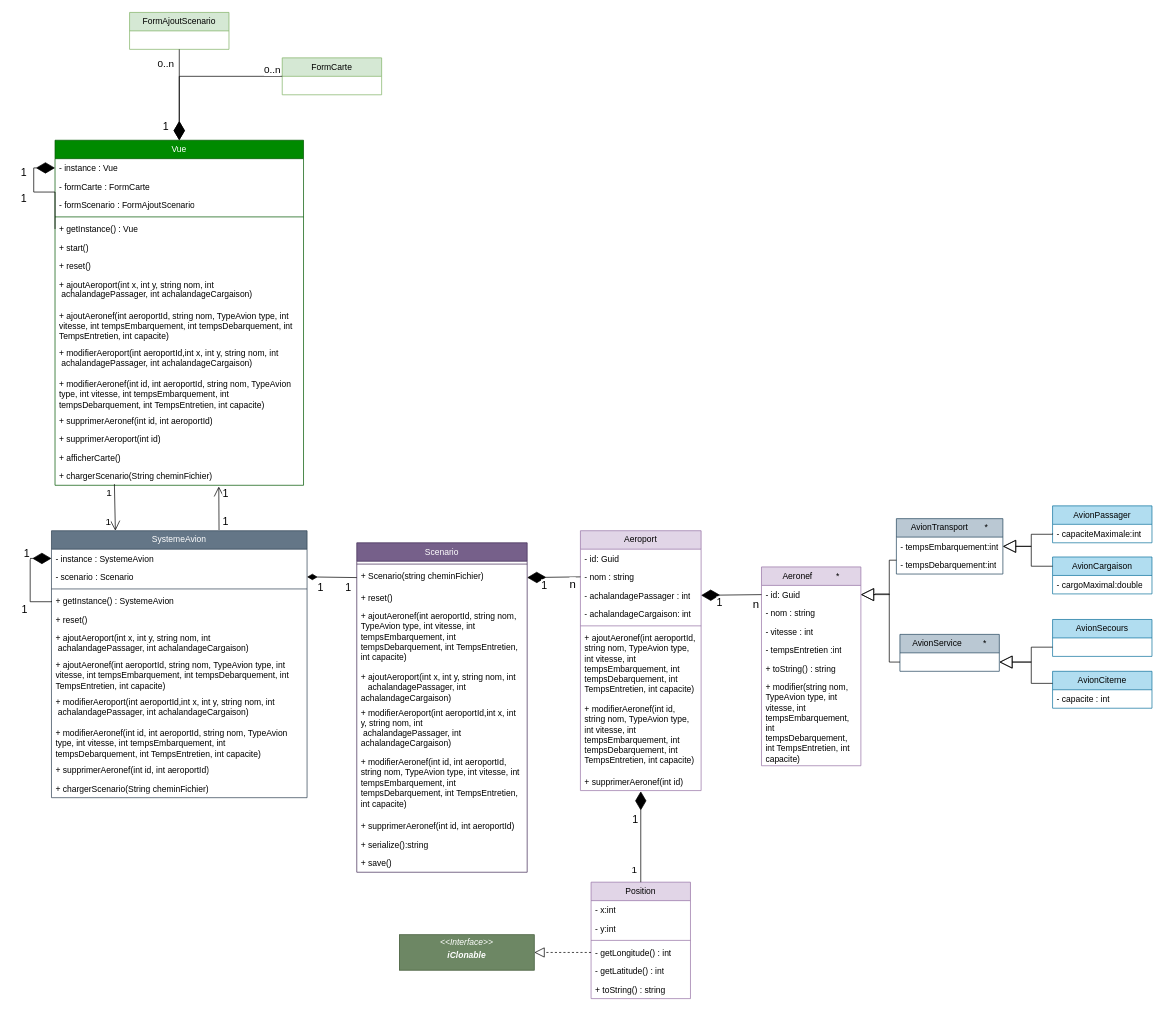
felixcharbonneau/Echec keeps this draw.io diagram as Aviyons.drawio. Above is the earlier version. Source tidied: cells renumbered, new cells numbered last; positions are measured from the earlier drawing's top-left corner, leaving out a move shared by most shapes. Both pictures are drawn from the tidied source at 71%, with x=0, y=0 at pixel (30, 12).
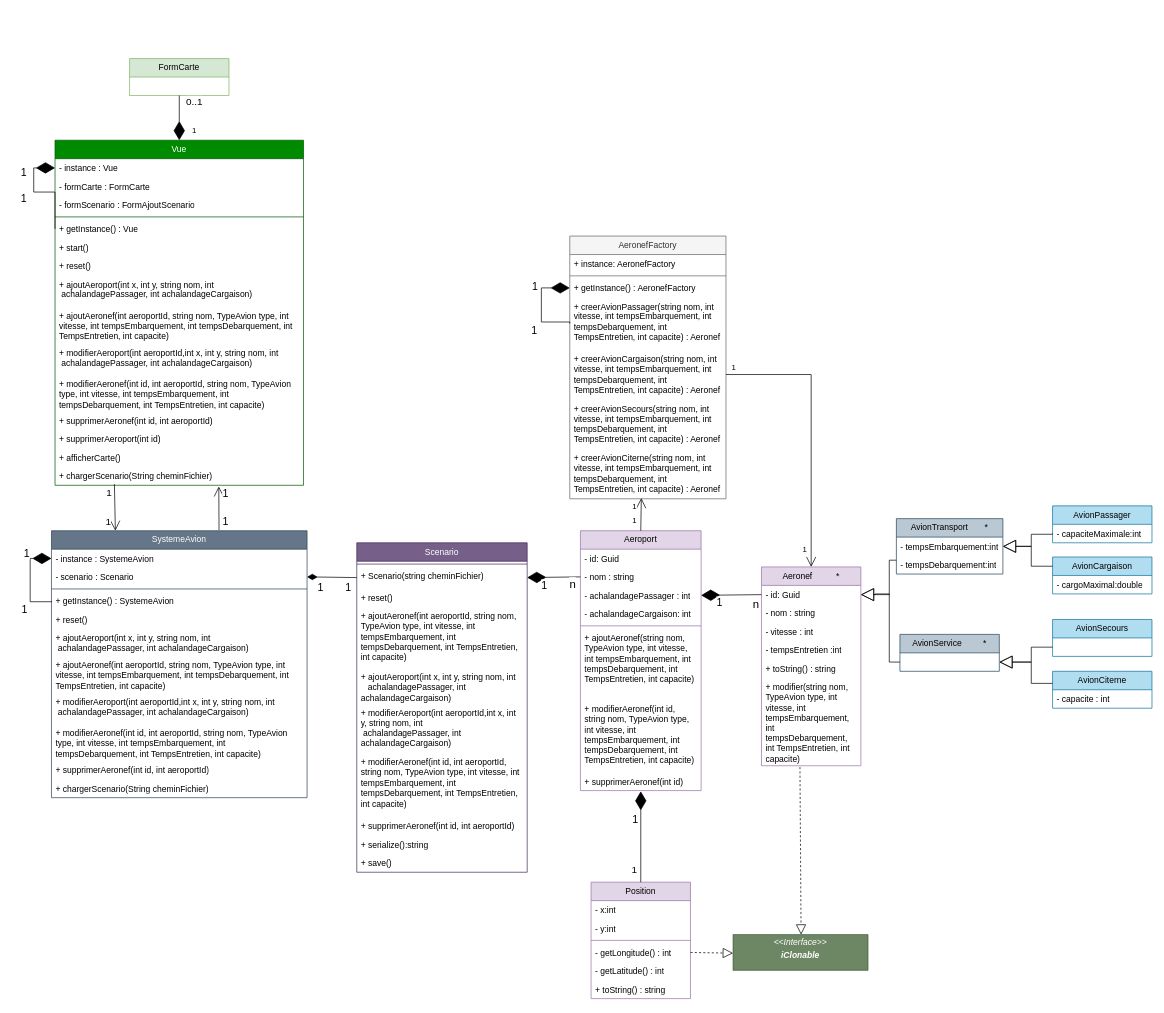
The same diagram, later.

Unchanged cells that the change refers to:
```xml
<mxCell id="17" value="Vue" style="swimlane;fontStyle=0;horizontal=1;startSize=26;fillColor=#008a00;whiteSpace=wrap;html=1;strokeColor=#005700;fontColor=#ffffff;" parent="1" vertex="1">
  <mxGeometry x="35" y="180" width="350" height="486" as="geometry" />
</mxCell>
<mxCell id="56" value="Aeronef&amp;nbsp; &amp;nbsp; &amp;nbsp; &amp;nbsp; &amp;nbsp; *" style="swimlane;fontStyle=0;horizontal=1;startSize=26;fillColor=#e1d5e7;whiteSpace=wrap;html=1;strokeColor=#9673a6;" parent="1" vertex="1">
  <mxGeometry x="1030" y="781" width="140" height="280" as="geometry" />
</mxCell>
<mxCell id="63" value="Aeroport" style="swimlane;fontStyle=0;horizontal=1;startSize=26;fillColor=#e1d5e7;whiteSpace=wrap;html=1;strokeColor=#9673a6;" parent="1" vertex="1">
  <mxGeometry x="775" y="730" width="170" height="366" as="geometry" />
</mxCell>
<mxCell id="76" value="- getLongitude() : int" style="text;strokeColor=none;fillColor=none;align=left;verticalAlign=top;spacingLeft=4;spacingRight=4;overflow=hidden;points=[[0,0.5],[1,0.5]];portConstraint=eastwest;whiteSpace=wrap;html=1;" parent="72" vertex="1">
  <mxGeometry y="86" width="140" height="26" as="geometry" />
</mxCell>
```

Diff of the diagram source:
```diff
@@
-    <mxCell id="69" value="+ ajoutAeronef(int aeroportId, string nom, TypeAvion type, int vitesse, int tempsEmbarquement, int tempsDebarquement, int TempsEntretien, int capacite)" style="text;strokeColor=none;fillColor=none;align=left;verticalAlign=top;spacingLeft=4;spacingRight=4;overflow=hidden;whiteSpace=wrap;html=1;" parent="63" vertex="1">
+    <mxCell id="69" value="+ ajoutAeronef(string nom, TypeAvion type, int vitesse, int tempsEmbarquement, int tempsDebarquement, int TempsEntretien, int capacite)" style="text;strokeColor=none;fillColor=none;align=left;verticalAlign=top;spacingLeft=4;spacingRight=4;overflow=hidden;whiteSpace=wrap;html=1;" parent="63" vertex="1">
       <mxGeometry y="138" width="170" height="100" as="geometry" />
     </mxCell>
@@
-    <mxCell id="79" value="FormAjoutScenario" style="swimlane;fontStyle=0;horizontal=1;startSize=26;fillColor=#d5e8d4;whiteSpace=wrap;html=1;strokeColor=#82b366;" parent="1" vertex="1">
-      <mxGeometry x="140" width="140" height="52" as="geometry" />
-    </mxCell>
-    <mxCell id="80" style="endArrow=diamondThin;endFill=1;endSize=24;html=1;rounded=0;entryX=0.5;entryY=0;entryDx=0;entryDy=0;exitX=0.5;exitY=1;exitDx=0;exitDy=0;" parent="1" edge="1" source="79" target="17">
-      <mxGeometry relative="1" as="geometry" />
-    </mxCell>
-    <mxCell id="81" value="1" style="edgeLabel;html=1;align=center;verticalAlign=middle;fontSize=15;" parent="80" vertex="1">
-      <mxGeometry x="0.69" y="1" relative="1" as="geometry">
-        <mxPoint x="-21" y="-1" as="offset" />
-      </mxGeometry>
-    </mxCell>
-    <mxCell id="82" value="0..n" style="edgeLabel;html=1;align=center;verticalAlign=middle;fontSize=14;" parent="80" vertex="1">
-      <mxGeometry x="-0.53" y="3" relative="1" as="geometry">
-        <mxPoint x="-23" y="-11" as="offset" />
-      </mxGeometry>
-    </mxCell>
     <mxCell id="83" value="&lt;p style=&quot;margin:0px;margin-top:4px;text-align:center;&quot;&gt;&lt;i&gt;&amp;lt;&amp;lt;Interface&amp;gt;&amp;gt;&lt;/i&gt;&lt;br&gt;&lt;/p&gt;&lt;p style=&quot;margin:0px;margin-top:4px;text-align:center;&quot;&gt;&lt;i&gt;&lt;b&gt;iClonable&lt;/b&gt;&lt;/i&gt;&lt;/p&gt;&lt;p style=&quot;margin:0px;margin-left:4px;&quot;&gt;&lt;br&gt;&lt;/p&gt;" style="verticalAlign=top;align=left;overflow=fill;html=1;whiteSpace=wrap;fillColor=#6d8764;fontColor=#ffffff;strokeColor=#3A5431;" parent="1" vertex="1">
-      <mxGeometry x="520" y="1299" width="190" height="50" as="geometry" />
+      <mxGeometry x="990" y="1299" width="190" height="50" as="geometry" />
     </mxCell>
-    <mxCell id="84" style="endArrow=block;dashed=1;endFill=0;endSize=12;html=1;rounded=0;entryX=1;entryY=0.5;entryDx=0;entryDy=0;exitX=0;exitY=0.5;exitDx=0;exitDy=0;" parent="1" edge="1" source="76" target="83">
-      <mxGeometry relative="1" as="geometry" />
+    <mxCell id="84" style="endArrow=block;dashed=1;endFill=0;endSize=12;html=1;rounded=0;" parent="1" edge="1">
+      <mxGeometry relative="1" as="geometry">
+        <mxPoint x="930" y="1324" as="sourcePoint" />
+        <mxPoint x="990" y="1325" as="targetPoint" />
+      </mxGeometry>
     </mxCell>
@@
     <mxCell id="111" value="FormCarte" style="swimlane;fontStyle=0;horizontal=1;startSize=26;fillColor=#d5e8d4;whiteSpace=wrap;html=1;strokeColor=#82b366;" parent="1" vertex="1">
-      <mxGeometry x="355" y="64" width="140" height="52" as="geometry" />
+      <mxGeometry x="140" y="65" width="140" height="52" as="geometry" />
     </mxCell>
-    <mxCell id="112" style="endArrow=diamondThin;endFill=1;endSize=24;html=1;rounded=0;exitX=0;exitY=0.5;exitDx=0;exitDy=0;edgeStyle=orthogonalEdgeStyle;entryX=0.5;entryY=0;entryDx=0;entryDy=0;" parent="1" edge="1" source="111" target="17">
-      <mxGeometry relative="1" as="geometry">
-        <Array as="points">
-          <mxPoint x="355" y="90" />
-          <mxPoint x="210" y="90" />
-        </Array>
-      </mxGeometry>
+    <mxCell id="112" style="endArrow=diamondThin;endFill=1;endSize=24;html=1;rounded=0;exitX=0.5;exitY=1;exitDx=0;exitDy=0;edgeStyle=orthogonalEdgeStyle;" parent="1" edge="1" source="111" target="17">
+      <mxGeometry relative="1" as="geometry" />
     </mxCell>
-    <mxCell id="113" value="0..n" style="edgeLabel;html=1;align=center;verticalAlign=middle;fontSize=14;" parent="112" vertex="1">
+    <mxCell id="113" value="0..1" style="edgeLabel;html=1;align=center;verticalAlign=middle;fontSize=14;" parent="112" vertex="1">
       <mxGeometry x="-0.53" y="3" relative="1" as="geometry">
-        <mxPoint x="40" y="-13" as="offset" />
+        <mxPoint x="17" y="-7" as="offset" />
       </mxGeometry>
     </mxCell>
+    <mxCell id="114" value="1" style="edgeLabel;html=1;align=center;verticalAlign=middle;" parent="112" vertex="1">
+      <mxGeometry x="0.29" y="-3" relative="1" as="geometry">
+        <mxPoint x="23" y="7" as="offset" />
+      </mxGeometry>
+    </mxCell>
+    <mxCell id="115" value="AeronefFactory" style="swimlane;fontStyle=0;horizontal=1;startSize=26;fillColor=#f5f5f5;whiteSpace=wrap;html=1;fontColor=#333333;strokeColor=#666666;" parent="1" vertex="1">
+      <mxGeometry x="760" y="315" width="220" height="370" as="geometry" />
+    </mxCell>
+    <mxCell id="116" value="+ instance: AeronefFactory" style="text;strokeColor=none;fillColor=none;align=left;verticalAlign=top;spacingLeft=4;spacingRight=4;overflow=hidden;whiteSpace=wrap;html=1;" parent="115" vertex="1">
+      <mxGeometry y="26" width="220" height="26" as="geometry" />
+    </mxCell>
+    <mxCell id="117" style="line;strokeWidth=1;fillColor=none;align=left;verticalAlign=middle;spacingTop=-1;spacingLeft=3;spacingRight=3;labelPosition=right;strokeColor=inherit;" parent="115" vertex="1">
+      <mxGeometry y="52" width="220" height="8" as="geometry" />
+    </mxCell>
+    <mxCell id="118" value="+ getInstance() : AeronefFactory" style="text;strokeColor=none;fillColor=none;align=left;verticalAlign=top;spacingLeft=4;spacingRight=4;overflow=hidden;points=[[0,0.5],[1,0.5]];portConstraint=eastwest;whiteSpace=wrap;html=1;" parent="115" vertex="1">
+      <mxGeometry y="60" width="220" height="26" as="geometry" />
+    </mxCell>
+    <mxCell id="119" value="+ creerAvionPassager(string nom, int vitesse, int tempsEmbarquement, int tempsDebarquement, int TempsEntretien, int capacite) : Aeronef" style="text;strokeColor=none;fillColor=none;align=left;verticalAlign=top;spacingLeft=4;spacingRight=4;overflow=hidden;points=[[0,0.5],[1,0.5]];portConstraint=eastwest;whiteSpace=wrap;html=1;" parent="115" vertex="1">
+      <mxGeometry y="86" width="220" height="74" as="geometry" />
+    </mxCell>
+    <mxCell id="120" value="+ creerAvionCargaison(string nom, int vitesse, int tempsEmbarquement, int tempsDebarquement, int TempsEntretien, int capacite) : Aeronef" style="text;strokeColor=none;fillColor=none;align=left;verticalAlign=top;spacingLeft=4;spacingRight=4;overflow=hidden;points=[[0,0.5],[1,0.5]];portConstraint=eastwest;whiteSpace=wrap;html=1;" parent="115" vertex="1">
+      <mxGeometry y="160" width="220" height="70" as="geometry" />
+    </mxCell>
+    <mxCell id="121" value="+ creerAvionSecours(string nom, int vitesse, int tempsEmbarquement, int tempsDebarquement, int TempsEntretien, int capacite) : Aeronef" style="text;strokeColor=none;fillColor=none;align=left;verticalAlign=top;spacingLeft=4;spacingRight=4;overflow=hidden;whiteSpace=wrap;html=1;" parent="115" vertex="1">
+      <mxGeometry y="230" width="220" height="70" as="geometry" />
+    </mxCell>
+    <mxCell id="122" value="+ creerAvionCiterne(string nom, int vitesse, int tempsEmbarquement, int tempsDebarquement, int TempsEntretien, int capacite) : Aeronef" style="text;strokeColor=none;fillColor=none;align=left;verticalAlign=top;spacingLeft=4;spacingRight=4;overflow=hidden;points=[[0,0.5],[1,0.5]];portConstraint=eastwest;whiteSpace=wrap;html=1;" parent="115" vertex="1">
+      <mxGeometry y="300" width="220" height="70" as="geometry" />
+    </mxCell>
+    <mxCell id="123" style="endArrow=diamondThin;endFill=1;endSize=24;html=1;rounded=0;exitX=0;exitY=0.5;exitDx=0;exitDy=0;edgeStyle=orthogonalEdgeStyle;entryX=0;entryY=0.5;entryDx=0;entryDy=0;" parent="115" edge="1" source="119" target="118">
+      <mxGeometry relative="1" as="geometry">
+        <Array as="points">
+          <mxPoint y="121" />
+          <mxPoint x="-40" y="121" />
+          <mxPoint x="-40" y="73" />
+        </Array>
+      </mxGeometry>
+    </mxCell>
+    <mxCell id="124" value="1" style="edgeLabel;html=1;align=center;verticalAlign=middle;fontSize=15;" parent="123" vertex="1">
+      <mxGeometry x="-0.62" y="-3" relative="1" as="geometry">
+        <mxPoint x="-28" y="13" as="offset" />
+      </mxGeometry>
+    </mxCell>
+    <mxCell id="125" value="1" style="edgeLabel;html=1;align=center;verticalAlign=middle;fontSize=15;" parent="123" vertex="1">
+      <mxGeometry x="0.56" y="2" relative="1" as="geometry">
+        <mxPoint x="-21" y="-1" as="offset" />
+      </mxGeometry>
+    </mxCell>
+    <mxCell id="126" style="endArrow=open;endFill=1;endSize=12;html=1;rounded=0;entryX=0.458;entryY=0.986;entryDx=0;entryDy=0;entryPerimeter=0;exitX=0.5;exitY=0;exitDx=0;exitDy=0;" parent="1" edge="1" source="63" target="122">
+      <mxGeometry relative="1" as="geometry" />
+    </mxCell>
+    <mxCell id="127" value="1" style="edgeLabel;html=1;align=center;verticalAlign=middle;" parent="126" vertex="1">
+      <mxGeometry x="-0.26" y="3" relative="1" as="geometry">
+        <mxPoint x="-7" y="2" as="offset" />
+      </mxGeometry>
+    </mxCell>
+    <mxCell id="128" value="1" style="edgeLabel;html=1;align=center;verticalAlign=middle;" parent="126" vertex="1">
+      <mxGeometry x="0.1" relative="1" as="geometry">
+        <mxPoint x="-10" y="-10" as="offset" />
+      </mxGeometry>
+    </mxCell>
+    <mxCell id="129" style="endArrow=open;endFill=1;endSize=12;html=1;rounded=0;entryX=0.5;entryY=0;entryDx=0;entryDy=0;exitX=1;exitY=0.5;exitDx=0;exitDy=0;edgeStyle=orthogonalEdgeStyle;" parent="1" edge="1" source="120" target="56">
+      <mxGeometry relative="1" as="geometry" />
+    </mxCell>
+    <mxCell id="130" value="1" style="edgeLabel;html=1;align=center;verticalAlign=middle;" parent="129" vertex="1">
+      <mxGeometry x="-0.36" relative="1" as="geometry">
+        <mxPoint x="-110" y="-16" as="offset" />
+      </mxGeometry>
+    </mxCell>
+    <mxCell id="131" value="1" style="edgeLabel;html=1;align=center;verticalAlign=middle;" parent="129" vertex="1">
+      <mxGeometry x="0.79" y="1" relative="1" as="geometry">
+        <mxPoint x="-11" y="15" as="offset" />
+      </mxGeometry>
+    </mxCell>
+    <mxCell id="132" style="endArrow=block;dashed=1;endFill=0;endSize=12;html=1;rounded=0;entryX=0.5;entryY=0;entryDx=0;entryDy=0;exitX=0.382;exitY=1.015;exitDx=0;exitDy=0;exitPerimeter=0;" parent="1" edge="1">
+      <mxGeometry relative="1" as="geometry">
+        <mxPoint x="1084.2" y="1062.9" as="sourcePoint" />
+        <mxPoint x="1085.8" y="1299" as="targetPoint" />
+      </mxGeometry>
+    </mxCell>
```
